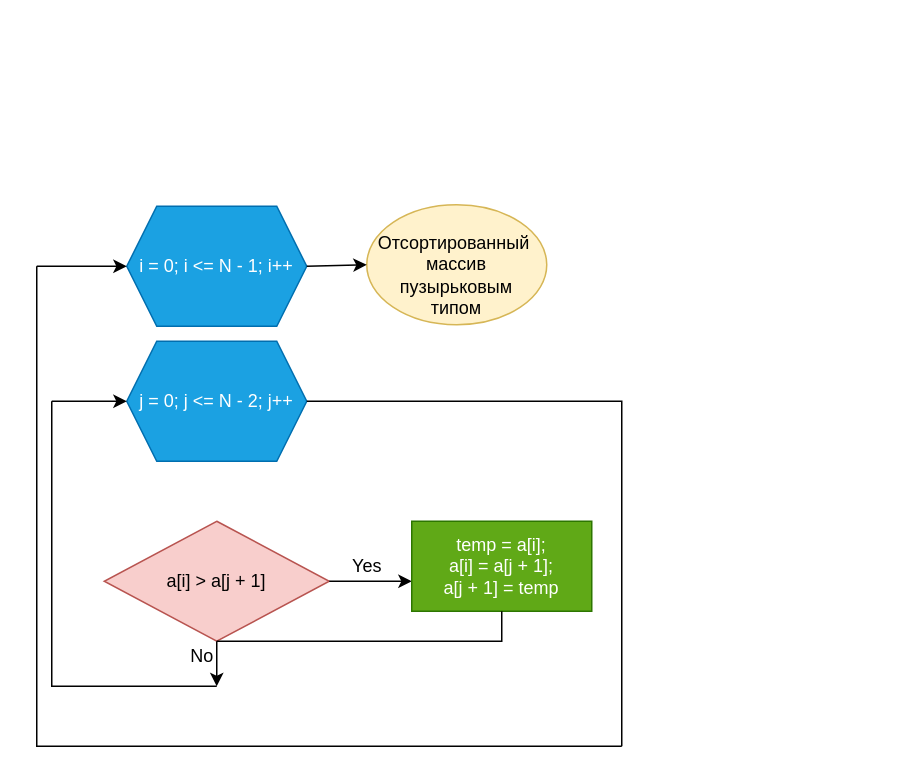
Before: DZ.drawio in MasterBot1997/Test, a draw.io diagram. Source tidied: cells renumbered, new cells numbered last; positions are measured from the earlier drawing's top-left corner, leaving out a move shared by most shapes. Both pictures are drawn from the tidied source at 150%, with x=0, y=0 at pixel (36, 204).
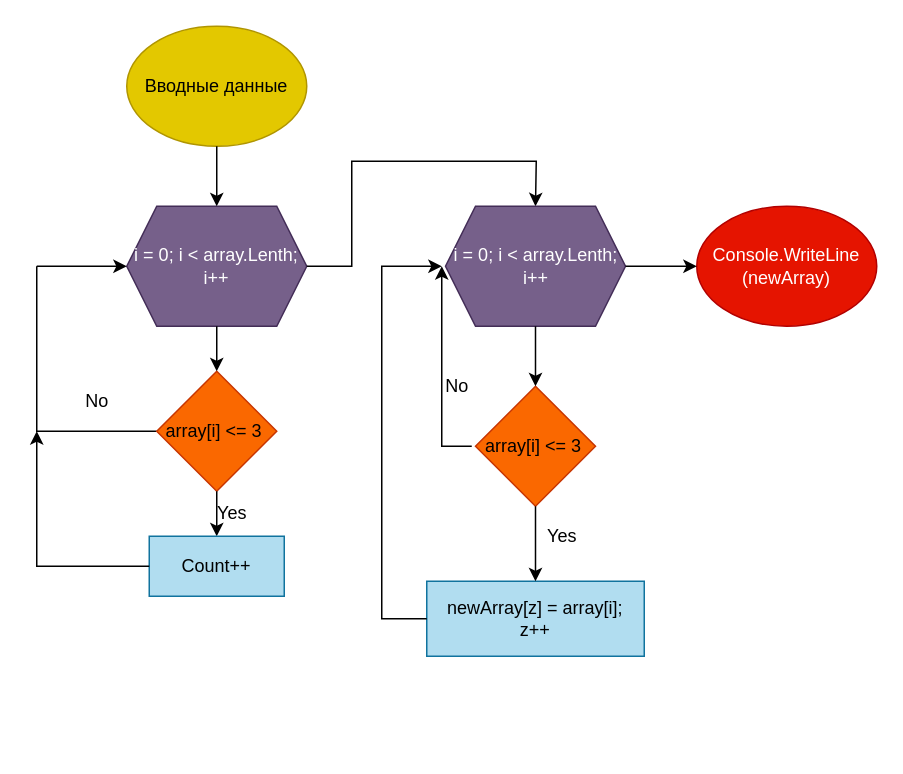
The same diagram, later.

Commit message:
Исправлена блок-схема для этой задачи, изначально подумал надо произвольную и теперь исправил

Change to the diagram source:
```diff
@@
-    <mxCell id="2" value="i = 0; i &amp;lt;= N - 1; i++" style="shape=hexagon;perimeter=hexagonPerimeter2;whiteSpace=wrap;html=1;fixedSize=1;fillColor=#1ba1e2;fontColor=#ffffff;strokeColor=#006EAF;" parent="1" vertex="1">
+    <mxCell id="2" value="i = 0; i &amp;lt; array.Lenth; i++" style="shape=hexagon;perimeter=hexagonPerimeter2;whiteSpace=wrap;html=1;fixedSize=1;fillColor=#76608a;fontColor=#ffffff;strokeColor=#432D57;" parent="1" vertex="1">
       <mxGeometry x="60" y="1" width="120" height="80" as="geometry" />
     </mxCell>
-    <mxCell id="3" value="j = 0; j &amp;lt;= N - 2; j++" style="shape=hexagon;perimeter=hexagonPerimeter2;whiteSpace=wrap;html=1;fixedSize=1;fillColor=#1ba1e2;fontColor=#ffffff;strokeColor=#006EAF;" parent="1" vertex="1">
-      <mxGeometry x="60" y="91" width="120" height="80" as="geometry" />
-    </mxCell>
-    <mxCell id="4" value="a[i] &amp;gt; a[j + 1]" style="rhombus;whiteSpace=wrap;html=1;fillColor=#f8cecc;strokeColor=#b85450;" parent="1" vertex="1">
-      <mxGeometry x="45" y="211" width="150" height="80" as="geometry" />
-    </mxCell>
-    <mxCell id="5" style="endArrow=classic;html=1;rounded=0;exitX=1;exitY=0.5;exitDx=0;exitDy=0;" parent="1" edge="1" source="4">
-      <mxGeometry relative="1" as="geometry">
-        <mxPoint x="250" y="251" as="targetPoint" />
-      </mxGeometry>
-    </mxCell>
-    <mxCell id="6" value="Yes" style="text;html=1;align=center;verticalAlign=middle;strokeColor=none;fillColor=none;" parent="1" vertex="1">
-      <mxGeometry x="200" y="226" width="40" height="30" as="geometry" />
-    </mxCell>
-    <mxCell id="7" value="temp = a[i];&lt;br&gt;a[i] = a[j + 1];&lt;br&gt;a[j + 1] = temp" style="rounded=0;whiteSpace=wrap;html=1;fillColor=#60a917;strokeColor=#2D7600;fontColor=#ffffff;" parent="1" vertex="1">
-      <mxGeometry x="250" y="211" width="120" height="60" as="geometry" />
-    </mxCell>
-    <mxCell id="8" style="edgeStyle=orthogonalEdgeStyle;rounded=0;orthogonalLoop=1;jettySize=auto;html=1;exitX=0.5;exitY=1;exitDx=0;exitDy=0;" parent="1" edge="1" source="7" target="7">
-      <mxGeometry relative="1" as="geometry" />
-    </mxCell>
-    <mxCell id="9" style="endArrow=none;html=1;rounded=0;entryX=0.5;entryY=1;entryDx=0;entryDy=0;exitX=0.5;exitY=1;exitDx=0;exitDy=0;" parent="1" edge="1" source="4" target="7">
-      <mxGeometry relative="1" as="geometry">
-        <Array as="points">
-          <mxPoint x="310" y="291" />
-        </Array>
-      </mxGeometry>
-    </mxCell>
-    <mxCell id="10" style="endArrow=none;html=1;rounded=0;" parent="1" edge="1">
-      <mxGeometry relative="1" as="geometry">
-        <mxPoint x="10" y="131" as="sourcePoint" />
-        <mxPoint x="120" y="321" as="targetPoint" />
-        <Array as="points">
-          <mxPoint x="10" y="321" />
-        </Array>
-      </mxGeometry>
-    </mxCell>
-    <mxCell id="11" style="endArrow=classic;html=1;rounded=0;" parent="1" edge="1">
-      <mxGeometry relative="1" as="geometry">
-        <mxPoint x="10" y="131" as="sourcePoint" />
-        <mxPoint x="60" y="131" as="targetPoint" />
-      </mxGeometry>
-    </mxCell>
-    <mxCell id="12" style="endArrow=classic;html=1;rounded=0;exitX=0.5;exitY=1;exitDx=0;exitDy=0;" parent="1" edge="1" source="4">
-      <mxGeometry relative="1" as="geometry">
-        <mxPoint x="120" y="321" as="targetPoint" />
-      </mxGeometry>
-    </mxCell>
-    <mxCell id="13" value="No" style="text;html=1;align=center;verticalAlign=middle;strokeColor=none;fillColor=none;" parent="1" vertex="1">
-      <mxGeometry x="90" y="286" width="40" height="30" as="geometry" />
-    </mxCell>
-    <mxCell id="14" style="endArrow=none;html=1;rounded=0;exitX=1;exitY=0.5;exitDx=0;exitDy=0;" parent="1" edge="1" source="3">
-      <mxGeometry relative="1" as="geometry">
-        <mxPoint x="390" y="361" as="targetPoint" />
-        <Array as="points">
-          <mxPoint x="390" y="131" />
-        </Array>
-      </mxGeometry>
-    </mxCell>
-    <mxCell id="15" style="endArrow=none;html=1;rounded=0;" parent="1" edge="1">
+    <mxCell id="15" style="endArrow=none;html=1;rounded=0;exitX=0;exitY=0.5;exitDx=0;exitDy=0;" parent="1" edge="1" source="19">
       <mxGeometry relative="1" as="geometry">
-        <mxPoint x="390" y="361" as="sourcePoint" />
         <mxPoint y="41" as="targetPoint" />
         <Array as="points">
-          <mxPoint y="361" />
+          <mxPoint y="151" />
         </Array>
       </mxGeometry>
     </mxCell>
@@
-    <mxCell id="17" value="&lt;br&gt;Отсортированный&amp;nbsp;&lt;br&gt;массив пузырьковым &lt;br&gt;типом" style="ellipse;whiteSpace=wrap;html=1;fillColor=#fff2cc;strokeColor=#d6b656;" parent="1" vertex="1">
-      <mxGeometry x="220" width="120" height="80" as="geometry" />
-    </mxCell>
-    <mxCell id="18" style="endArrow=classic;html=1;rounded=0;entryX=0;entryY=0.5;entryDx=0;entryDy=0;exitX=1;exitY=0.5;exitDx=0;exitDy=0;" parent="1" edge="1" source="2" target="17">
-      <mxGeometry relative="1" as="geometry" />
+    <mxCell id="18" style="endArrow=classic;html=1;rounded=0;exitX=1;exitY=0.5;exitDx=0;exitDy=0;entryX=0.5;entryY=0;entryDx=0;entryDy=0;" parent="1" edge="1" source="2" target="24">
+      <mxGeometry relative="1" as="geometry">
+        <Array as="points">
+          <mxPoint x="210" y="41" />
+          <mxPoint x="210" y="-29" />
+          <mxPoint x="333" y="-29" />
+        </Array>
+      </mxGeometry>
     </mxCell>
+    <mxCell id="19" value="array[i] &amp;lt;= 3&amp;nbsp;" style="rhombus;whiteSpace=wrap;html=1;fillColor=#fa6800;fontColor=#000000;strokeColor=#C73500;" parent="1" vertex="1">
+      <mxGeometry x="80" y="111" width="80" height="80" as="geometry" />
+    </mxCell>
+    <mxCell id="13" value="No" style="text;html=1;align=center;verticalAlign=middle;strokeColor=none;fillColor=none;" parent="1" vertex="1">
+      <mxGeometry x="20" y="116" width="40" height="30" as="geometry" />
+    </mxCell>
+    <mxCell id="20" style="endArrow=classic;html=1;rounded=0;exitX=0.5;exitY=1;exitDx=0;exitDy=0;" parent="1" edge="1" source="19">
+      <mxGeometry relative="1" as="geometry">
+        <mxPoint x="120" y="221" as="targetPoint" />
+      </mxGeometry>
+    </mxCell>
+    <mxCell id="6" value="Yes" style="text;html=1;align=center;verticalAlign=middle;strokeColor=none;fillColor=none;" parent="1" vertex="1">
+      <mxGeometry x="110" y="191" width="40" height="30" as="geometry" />
+    </mxCell>
+    <mxCell id="21" value="Count++" style="rounded=0;whiteSpace=wrap;html=1;fillColor=#b1ddf0;strokeColor=#10739e;" parent="1" vertex="1">
+      <mxGeometry x="75" y="221" width="90" height="40" as="geometry" />
+    </mxCell>
+    <mxCell id="22" style="endArrow=classic;html=1;rounded=0;exitX=0;exitY=0.5;exitDx=0;exitDy=0;" parent="1" edge="1" source="21">
+      <mxGeometry relative="1" as="geometry">
+        <mxPoint y="151" as="targetPoint" />
+        <Array as="points">
+          <mxPoint y="241" />
+        </Array>
+      </mxGeometry>
+    </mxCell>
+    <mxCell id="23" style="endArrow=classic;html=1;rounded=0;entryX=0.5;entryY=0;entryDx=0;entryDy=0;exitX=0.5;exitY=1;exitDx=0;exitDy=0;" parent="1" edge="1" source="2" target="19">
+      <mxGeometry relative="1" as="geometry" />
+    </mxCell>
+    <mxCell id="24" value="i = 0; i &amp;lt; array.Lenth; i++" style="shape=hexagon;perimeter=hexagonPerimeter2;whiteSpace=wrap;html=1;fixedSize=1;fillColor=#76608a;fontColor=#ffffff;strokeColor=#432D57;" parent="1" vertex="1">
+      <mxGeometry x="272.5" y="1" width="120" height="80" as="geometry" />
+    </mxCell>
+    <mxCell id="25" value="array[i] &amp;lt;= 3&amp;nbsp;" style="rhombus;whiteSpace=wrap;html=1;fillColor=#fa6800;fontColor=#000000;strokeColor=#C73500;" parent="1" vertex="1">
+      <mxGeometry x="292.5" y="121" width="80" height="80" as="geometry" />
+    </mxCell>
+    <mxCell id="26" value="newArray[z] = array[i];&lt;br&gt;z++" style="rounded=0;whiteSpace=wrap;html=1;fillColor=#b1ddf0;strokeColor=#10739e;" parent="1" vertex="1">
+      <mxGeometry x="260" y="251" width="145" height="50" as="geometry" />
+    </mxCell>
+    <mxCell id="27" value="Вводные данные" style="ellipse;whiteSpace=wrap;html=1;fontColor=#000000;fillColor=#e3c800;strokeColor=#B09500;" parent="1" vertex="1">
+      <mxGeometry x="60" y="-119" width="120" height="80" as="geometry" />
+    </mxCell>
+    <mxCell id="28" style="endArrow=classic;html=1;rounded=0;fontColor=#000000;exitX=0.5;exitY=1;exitDx=0;exitDy=0;entryX=0.5;entryY=0;entryDx=0;entryDy=0;" parent="1" edge="1" source="27" target="2">
+      <mxGeometry relative="1" as="geometry" />
+    </mxCell>
+    <mxCell id="29" style="endArrow=classic;html=1;rounded=0;fontColor=#000000;exitX=0.5;exitY=1;exitDx=0;exitDy=0;entryX=0.5;entryY=0;entryDx=0;entryDy=0;" parent="1" edge="1" source="24" target="25">
+      <mxGeometry relative="1" as="geometry" />
+    </mxCell>
+    <mxCell id="30" style="endArrow=classic;html=1;rounded=0;fontColor=#000000;entryX=0.5;entryY=0;entryDx=0;entryDy=0;exitX=0.5;exitY=1;exitDx=0;exitDy=0;" parent="1" edge="1" source="25" target="26">
+      <mxGeometry relative="1" as="geometry" />
+    </mxCell>
+    <mxCell id="31" style="endArrow=classic;html=1;rounded=0;fontColor=#000000;" parent="1" edge="1">
+      <mxGeometry relative="1" as="geometry">
+        <mxPoint x="290" y="161" as="sourcePoint" />
+        <mxPoint x="270" y="41" as="targetPoint" />
+        <Array as="points">
+          <mxPoint x="270" y="161" />
+        </Array>
+      </mxGeometry>
+    </mxCell>
+    <mxCell id="32" style="endArrow=classic;html=1;rounded=0;fontColor=#000000;exitX=0;exitY=0.5;exitDx=0;exitDy=0;" parent="1" edge="1" source="26">
+      <mxGeometry relative="1" as="geometry">
+        <mxPoint x="270" y="41" as="targetPoint" />
+        <Array as="points">
+          <mxPoint x="230" y="276" />
+          <mxPoint x="230" y="41" />
+        </Array>
+      </mxGeometry>
+    </mxCell>
+    <mxCell id="33" value="No" style="text;html=1;align=center;verticalAlign=middle;strokeColor=none;fillColor=none;fontColor=#000000;" parent="1" vertex="1">
+      <mxGeometry x="260" y="106" width="40" height="30" as="geometry" />
+    </mxCell>
+    <mxCell id="34" value="Yes" style="text;html=1;align=center;verticalAlign=middle;strokeColor=none;fillColor=none;fontColor=#000000;" parent="1" vertex="1">
+      <mxGeometry x="330" y="206" width="40" height="30" as="geometry" />
+    </mxCell>
+    <mxCell id="35" value="Console.WriteLine&lt;br&gt;(newArray)" style="ellipse;whiteSpace=wrap;html=1;fontColor=#ffffff;fillColor=#e51400;strokeColor=#B20000;" parent="1" vertex="1">
+      <mxGeometry x="440" y="1" width="120" height="80" as="geometry" />
+    </mxCell>
+    <mxCell id="36" style="endArrow=classic;html=1;rounded=0;fontColor=#000000;entryX=0;entryY=0.5;entryDx=0;entryDy=0;exitX=1;exitY=0.5;exitDx=0;exitDy=0;" parent="1" edge="1" source="24" target="35">
+      <mxGeometry relative="1" as="geometry" />
+    </mxCell>
```
